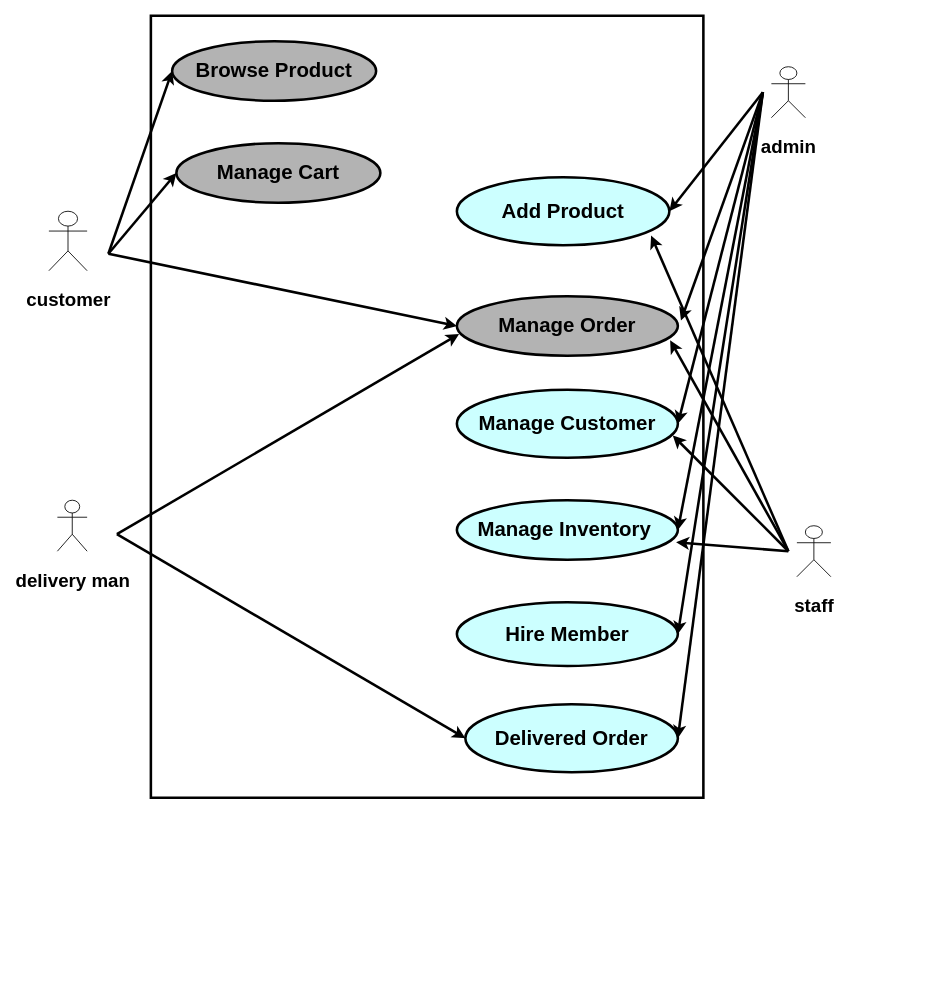
prashanta1542/default keeps this draw.io diagram as use case diagram update 05.drawio. Above is the earlier version. Source tidied: cells renumbered, new cells numbered last; positions are measured from the earlier drawing's top-left corner, leaving out a move shared by most shapes. Both pictures are drawn from the tidied source at 85%, with x=0, y=0 at pixel (48, 15).
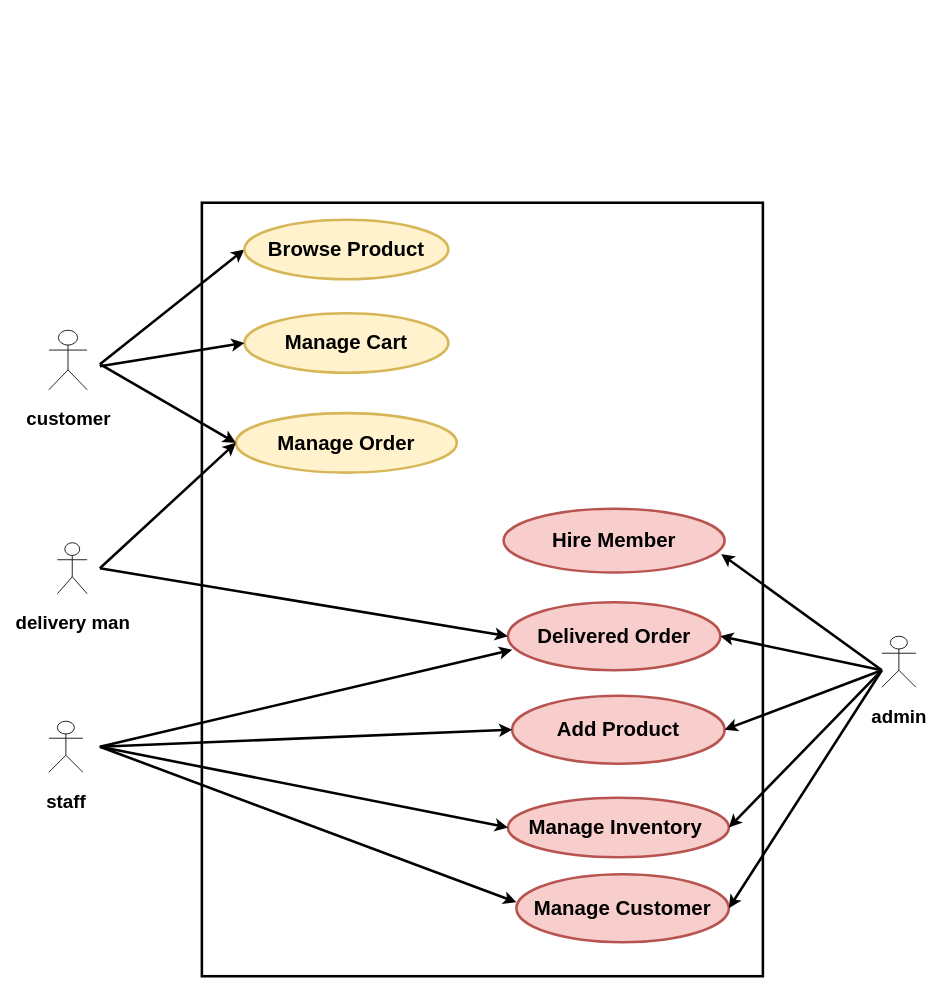
After the change.

What changed in the source:
```diff
@@
-    <mxCell id="2" style="rounded=0;jettySize=auto;html=1;entryX=0;entryY=0.5;entryDx=0;entryDy=0;strokeWidth=3;" parent="1" edge="1" target="4">
-      <mxGeometry relative="1" as="geometry">
-        <mxPoint x="70" y="280" as="sourcePoint" />
-      </mxGeometry>
-    </mxCell>
+    <mxCell id="30" style="rounded=0;jettySize=auto;html=1;entryX=0;entryY=0.5;entryDx=0;entryDy=0;strokeWidth=3;" parent="1" edge="1" target="4">
+      <mxGeometry relative="1" as="geometry">
+        <mxPoint x="60" y="410" as="sourcePoint" />
+      </mxGeometry>
+    </mxCell>
     <mxCell id="3" value="&lt;h2&gt;&lt;font style=&quot;font-size: 22px;&quot;&gt;customer&lt;/font&gt;&lt;/h2&gt;" style="shape=umlActor;verticalLabelPosition=bottom;verticalAlign=top;html=1;" parent="1" vertex="1">
-      <mxGeometry y="230" width="45" height="70" as="geometry" />
+      <mxGeometry y="370" width="45" height="70" as="geometry" />
     </mxCell>
-    <mxCell id="4" value="&lt;h1&gt;Browse Product&lt;/h1&gt;" style="ellipse;whiteSpace=wrap;html=1;strokeWidth=3;fillColor=#B3B3B3;" parent="1" vertex="1">
-      <mxGeometry x="145" y="30" width="240" height="70" as="geometry" />
+    <mxCell id="4" value="&lt;h1&gt;Browse Product&lt;/h1&gt;" style="ellipse;whiteSpace=wrap;html=1;strokeWidth=3;fillColor=#fff2cc;strokeColor=#d6b656;" parent="1" vertex="1">
+      <mxGeometry x="230" y="240" width="240" height="70" as="geometry" />
     </mxCell>
-    <mxCell id="5" value="&lt;h1&gt;Manage Order&lt;/h1&gt;" style="ellipse;whiteSpace=wrap;html=1;strokeWidth=3;fillColor=#B3B3B3;" parent="1" vertex="1">
-      <mxGeometry x="480" y="330" width="260" height="70" as="geometry" />
+    <mxCell id="5" value="&lt;h1&gt;Manage Order&lt;/h1&gt;" style="ellipse;whiteSpace=wrap;html=1;strokeWidth=3;fillColor=#fff2cc;strokeColor=#d6b656;" parent="1" vertex="1">
+      <mxGeometry x="220" y="467.5" width="260" height="70" as="geometry" />
     </mxCell>
-    <mxCell id="6" value="&lt;h1&gt;Manage Cart&lt;/h1&gt;" style="ellipse;whiteSpace=wrap;html=1;strokeWidth=3;fillColor=#B3B3B3;" parent="1" vertex="1">
-      <mxGeometry x="150" y="150" width="240" height="70" as="geometry" />
+    <mxCell id="6" value="&lt;h1&gt;Manage Cart&lt;/h1&gt;" style="ellipse;whiteSpace=wrap;html=1;strokeWidth=3;fillColor=#fff2cc;strokeColor=#d6b656;" parent="1" vertex="1">
+      <mxGeometry x="230" y="350" width="240" height="70" as="geometry" />
     </mxCell>
-    <mxCell id="7" value="&lt;h1&gt;Add Product&lt;/h1&gt;" style="ellipse;whiteSpace=wrap;html=1;strokeWidth=3;fillColor=#CCFFFF;" parent="1" vertex="1">
-      <mxGeometry x="480" y="190" width="250" height="80" as="geometry" />
+    <mxCell id="7" value="&lt;h1&gt;Add Product&lt;/h1&gt;" style="ellipse;whiteSpace=wrap;html=1;strokeWidth=3;fillColor=#f8cecc;perimeterSpacing=0;strokeColor=#b85450;" parent="1" vertex="1">
+      <mxGeometry x="545" y="800" width="250" height="80" as="geometry" />
     </mxCell>
-    <mxCell id="8" value="&lt;h1&gt;Manage Customer&lt;/h1&gt;" style="ellipse;whiteSpace=wrap;html=1;strokeWidth=3;fillColor=#CCFFFF;" parent="1" vertex="1">
-      <mxGeometry x="480" y="440" width="260" height="80" as="geometry" />
+    <mxCell id="8" value="&lt;h1&gt;Manage Customer&lt;/h1&gt;" style="ellipse;whiteSpace=wrap;html=1;strokeWidth=3;fillColor=#f8cecc;perimeterSpacing=0;strokeColor=#b85450;" parent="1" vertex="1">
+      <mxGeometry x="550" y="1010" width="250" height="80" as="geometry" />
     </mxCell>
-    <mxCell id="9" value="&lt;h1&gt;Manage Inventory&amp;nbsp;&lt;/h1&gt;" style="ellipse;whiteSpace=wrap;html=1;strokeWidth=3;fillColor=#CCFFFF;" parent="1" vertex="1">
-      <mxGeometry x="480" y="570" width="260" height="70" as="geometry" />
+    <mxCell id="9" value="&lt;h1&gt;Manage Inventory&amp;nbsp;&lt;/h1&gt;" style="ellipse;whiteSpace=wrap;html=1;strokeWidth=3;fillColor=#f8cecc;perimeterSpacing=0;strokeColor=#b85450;" parent="1" vertex="1">
+      <mxGeometry x="540" y="920" width="260" height="70" as="geometry" />
     </mxCell>
-    <mxCell id="10" value="&lt;h1&gt;Hire Member&lt;/h1&gt;" style="ellipse;whiteSpace=wrap;html=1;strokeWidth=3;fillColor=#CCFFFF;" parent="1" vertex="1">
-      <mxGeometry x="480" y="690" width="260" height="75" as="geometry" />
+    <mxCell id="10" value="&lt;h1&gt;Hire Member&lt;/h1&gt;" style="ellipse;whiteSpace=wrap;html=1;strokeWidth=3;fillColor=#f8cecc;perimeterSpacing=0;strokeColor=#b85450;" parent="1" vertex="1">
+      <mxGeometry x="535" y="580" width="260" height="75" as="geometry" />
     </mxCell>
-    <mxCell id="11" value="&lt;h1&gt;Delivered Order&lt;/h1&gt;" style="ellipse;whiteSpace=wrap;html=1;strokeWidth=3;fillColor=#CCFFFF;" parent="1" vertex="1">
-      <mxGeometry x="490" y="810" width="250" height="80" as="geometry" />
+    <mxCell id="11" value="&lt;h1&gt;Delivered Order&lt;/h1&gt;" style="ellipse;whiteSpace=wrap;html=1;strokeWidth=3;fillColor=#f8cecc;perimeterSpacing=0;strokeColor=#b85450;" parent="1" vertex="1">
+      <mxGeometry x="540" y="690" width="250" height="80" as="geometry" />
     </mxCell>
-    <mxCell id="12" style="rounded=0;jettySize=auto;html=1;entryX=0.01;entryY=0.637;entryDx=0;entryDy=0;entryPerimeter=0;strokeWidth=3;" parent="1" edge="1" target="5">
-      <mxGeometry relative="1" as="geometry">
-        <mxPoint x="80" y="610" as="sourcePoint" />
-      </mxGeometry>
-    </mxCell>
+    <mxCell id="31" style="rounded=0;jettySize=auto;html=1;entryX=0;entryY=0.5;entryDx=0;entryDy=0;strokeWidth=3;" parent="1" edge="1" target="5">
+      <mxGeometry relative="1" as="geometry">
+        <mxPoint x="60" y="650" as="sourcePoint" />
+      </mxGeometry>
+    </mxCell>
     <mxCell id="13" value="&lt;h2&gt;&lt;font style=&quot;font-size: 22px;&quot;&gt;delivery man&lt;/font&gt;&lt;/h2&gt;" style="shape=umlActor;verticalLabelPosition=bottom;verticalAlign=top;html=1;" parent="1" vertex="1">
-      <mxGeometry x="10" y="570" width="35" height="60" as="geometry" />
+      <mxGeometry x="10" y="620" width="35" height="60" as="geometry" />
     </mxCell>
-    <mxCell id="14" style="rounded=0;jettySize=auto;html=1;entryX=1;entryY=0.5;entryDx=0;entryDy=0;strokeWidth=3;" parent="1" edge="1" target="7">
-      <mxGeometry relative="1" as="geometry">
-        <mxPoint x="840" y="90" as="sourcePoint" />
-      </mxGeometry>
-    </mxCell>
+    <mxCell id="32" style="rounded=0;jettySize=auto;html=1;entryX=0.985;entryY=0.713;entryDx=0;entryDy=0;entryPerimeter=0;strokeWidth=3;" parent="1" edge="1" target="10">
+      <mxGeometry relative="1" as="geometry">
+        <mxPoint x="980" y="770" as="sourcePoint" />
+      </mxGeometry>
+    </mxCell>
     <mxCell id="15" value="&lt;h2&gt;&lt;font style=&quot;font-size: 22px;&quot;&gt;admin&lt;/font&gt;&lt;/h2&gt;" style="shape=umlActor;verticalLabelPosition=bottom;verticalAlign=top;html=1;" parent="1" vertex="1">
-      <mxGeometry x="850" y="60" width="40" height="60" as="geometry" />
+      <mxGeometry x="980" y="730" width="40" height="60" as="geometry" />
     </mxCell>
+    <mxCell id="33" style="rounded=0;jettySize=auto;html=1;entryX=0.02;entryY=0.7;entryDx=0;entryDy=0;entryPerimeter=0;strokeWidth=3;" parent="1" edge="1" target="11">
+      <mxGeometry relative="1" as="geometry">
+        <mxPoint x="60" y="860" as="sourcePoint" />
+      </mxGeometry>
+    </mxCell>
     <mxCell id="16" value="&lt;h2&gt;&lt;span style=&quot;font-size: 22px;&quot;&gt;staff&lt;/span&gt;&lt;/h2&gt;" style="shape=umlActor;verticalLabelPosition=bottom;verticalAlign=top;html=1;" parent="1" vertex="1">
-      <mxGeometry x="880" y="600" width="40" height="60" as="geometry" />
+      <mxGeometry y="830" width="40" height="60" as="geometry" />
     </mxCell>
-    <mxCell id="17" style="rounded=0;jettySize=auto;html=1;entryX=0;entryY=0.5;entryDx=0;entryDy=0;strokeWidth=3;" parent="1" edge="1" target="6">
-      <mxGeometry relative="1" as="geometry">
-        <mxPoint x="70" y="280" as="sourcePoint" />
-      </mxGeometry>
-    </mxCell>
-    <mxCell id="18" style="rounded=0;jettySize=auto;html=1;entryX=0;entryY=0.5;entryDx=0;entryDy=0;strokeWidth=3;" parent="1" edge="1" target="5">
-      <mxGeometry relative="1" as="geometry">
-        <mxPoint x="70" y="280" as="sourcePoint" />
-      </mxGeometry>
-    </mxCell>
-    <mxCell id="19" style="rounded=0;jettySize=auto;html=1;entryX=0;entryY=0.5;entryDx=0;entryDy=0;strokeWidth=3;" parent="1" edge="1" target="11">
-      <mxGeometry relative="1" as="geometry">
-        <mxPoint x="80" y="610" as="sourcePoint" />
-      </mxGeometry>
-    </mxCell>
-    <mxCell id="20" style="rounded=0;jettySize=auto;html=1;entryX=1.014;entryY=0.409;entryDx=0;entryDy=0;strokeWidth=3;entryPerimeter=0;" parent="1" edge="1" target="5">
-      <mxGeometry relative="1" as="geometry">
-        <mxPoint x="840" y="90" as="sourcePoint" />
-      </mxGeometry>
-    </mxCell>
-    <mxCell id="21" style="rounded=0;jettySize=auto;html=1;entryX=1;entryY=0.5;entryDx=0;entryDy=0;strokeWidth=3;" parent="1" edge="1" target="8">
-      <mxGeometry relative="1" as="geometry">
-        <mxPoint x="840" y="90" as="sourcePoint" />
-      </mxGeometry>
-    </mxCell>
-    <mxCell id="22" style="rounded=0;jettySize=auto;html=1;entryX=1;entryY=0.5;entryDx=0;entryDy=0;strokeWidth=3;" parent="1" edge="1" target="9">
-      <mxGeometry relative="1" as="geometry">
-        <mxPoint x="840" y="90" as="sourcePoint" />
-      </mxGeometry>
-    </mxCell>
-    <mxCell id="23" style="rounded=0;jettySize=auto;html=1;entryX=1;entryY=0.5;entryDx=0;entryDy=0;strokeWidth=3;" parent="1" edge="1" target="10">
-      <mxGeometry relative="1" as="geometry">
-        <mxPoint x="840" y="90" as="sourcePoint" />
-      </mxGeometry>
-    </mxCell>
-    <mxCell id="24" style="rounded=0;jettySize=auto;html=1;entryX=1;entryY=0.5;entryDx=0;entryDy=0;strokeWidth=3;" parent="1" edge="1" target="11">
-      <mxGeometry relative="1" as="geometry">
-        <mxPoint x="840" y="90" as="sourcePoint" />
-      </mxGeometry>
-    </mxCell>
-    <mxCell id="25" style="rounded=0;jettySize=auto;html=1;entryX=0.914;entryY=0.858;entryDx=0;entryDy=0;strokeWidth=3;entryPerimeter=0;" parent="1" edge="1" target="7">
-      <mxGeometry relative="1" as="geometry">
-        <mxPoint x="870" y="630" as="sourcePoint" />
-      </mxGeometry>
-    </mxCell>
-    <mxCell id="26" style="rounded=0;jettySize=auto;html=1;entryX=0.965;entryY=0.74;entryDx=0;entryDy=0;strokeWidth=3;entryPerimeter=0;" parent="1" edge="1" target="5">
-      <mxGeometry relative="1" as="geometry">
-        <mxPoint x="870" y="630" as="sourcePoint" />
-      </mxGeometry>
-    </mxCell>
-    <mxCell id="27" style="rounded=0;jettySize=auto;html=1;entryX=0.977;entryY=0.672;entryDx=0;entryDy=0;strokeWidth=3;entryPerimeter=0;" parent="1" edge="1" target="8">
-      <mxGeometry relative="1" as="geometry">
-        <mxPoint x="870" y="630" as="sourcePoint" />
-      </mxGeometry>
-    </mxCell>
-    <mxCell id="28" style="rounded=0;jettySize=auto;html=1;entryX=0.992;entryY=0.706;entryDx=0;entryDy=0;strokeWidth=3;entryPerimeter=0;" parent="1" edge="1" target="9">
-      <mxGeometry relative="1" as="geometry">
-        <mxPoint x="870" y="630" as="sourcePoint" />
-      </mxGeometry>
-    </mxCell>
-    <mxCell id="29" style="verticalLabelPosition=bottom;verticalAlign=top;html=1;shape=mxgraph.basic.rect;fillColor2=none;strokeWidth=3;size=20;indent=5;fillColor=none;" parent="1" vertex="1">
-      <mxGeometry x="120" width="650" height="920" as="geometry" />
-    </mxCell>
+    <mxCell id="34" style="rounded=0;jettySize=auto;html=1;entryX=0;entryY=0.5;entryDx=0;entryDy=0;strokeWidth=3;" parent="1" edge="1" target="6">
+      <mxGeometry relative="1" as="geometry">
+        <mxPoint x="60" y="412.5" as="sourcePoint" />
+      </mxGeometry>
+    </mxCell>
+    <mxCell id="35" style="rounded=0;jettySize=auto;html=1;entryX=0;entryY=0.5;entryDx=0;entryDy=0;strokeWidth=3;" parent="1" edge="1" target="5">
+      <mxGeometry relative="1" as="geometry">
+        <mxPoint x="60" y="410" as="sourcePoint" />
+      </mxGeometry>
+    </mxCell>
+    <mxCell id="36" style="rounded=0;jettySize=auto;html=1;entryX=0;entryY=0.5;entryDx=0;entryDy=0;strokeWidth=3;" parent="1" edge="1" target="11">
+      <mxGeometry relative="1" as="geometry">
+        <mxPoint x="60" y="650" as="sourcePoint" />
+      </mxGeometry>
+    </mxCell>
+    <mxCell id="37" style="rounded=0;jettySize=auto;html=1;entryX=0;entryY=0.5;entryDx=0;entryDy=0;strokeWidth=3;" parent="1" edge="1" target="7">
+      <mxGeometry relative="1" as="geometry">
+        <mxPoint x="60" y="860" as="sourcePoint" />
+      </mxGeometry>
+    </mxCell>
+    <mxCell id="38" style="rounded=0;jettySize=auto;html=1;entryX=0;entryY=0.5;entryDx=0;entryDy=0;strokeWidth=3;" parent="1" edge="1" target="9">
+      <mxGeometry relative="1" as="geometry">
+        <mxPoint x="60" y="860" as="sourcePoint" />
+      </mxGeometry>
+    </mxCell>
+    <mxCell id="39" style="rounded=0;jettySize=auto;html=1;entryX=0;entryY=0.413;entryDx=0;entryDy=0;strokeWidth=3;entryPerimeter=0;" parent="1" edge="1" target="8">
+      <mxGeometry relative="1" as="geometry">
+        <mxPoint x="60" y="860" as="sourcePoint" />
+      </mxGeometry>
+    </mxCell>
+    <mxCell id="40" style="rounded=0;jettySize=auto;html=1;entryX=1;entryY=0.5;entryDx=0;entryDy=0;strokeWidth=3;" parent="1" edge="1" target="11">
+      <mxGeometry relative="1" as="geometry">
+        <mxPoint x="980" y="770" as="sourcePoint" />
+      </mxGeometry>
+    </mxCell>
+    <mxCell id="41" style="rounded=0;jettySize=auto;html=1;entryX=1;entryY=0.5;entryDx=0;entryDy=0;strokeWidth=3;" parent="1" edge="1" target="7">
+      <mxGeometry relative="1" as="geometry">
+        <mxPoint x="980" y="770" as="sourcePoint" />
+      </mxGeometry>
+    </mxCell>
+    <mxCell id="42" style="rounded=0;jettySize=auto;html=1;entryX=1;entryY=0.5;entryDx=0;entryDy=0;strokeWidth=3;" parent="1" edge="1" target="9">
+      <mxGeometry relative="1" as="geometry">
+        <mxPoint x="980" y="770" as="sourcePoint" />
+      </mxGeometry>
+    </mxCell>
+    <mxCell id="43" style="rounded=0;jettySize=auto;html=1;entryX=1;entryY=0.5;entryDx=0;entryDy=0;strokeWidth=3;" parent="1" edge="1" target="8">
+      <mxGeometry relative="1" as="geometry">
+        <mxPoint x="980" y="770" as="sourcePoint" />
+      </mxGeometry>
+    </mxCell>
+    <mxCell id="44" style="whiteSpace=wrap;html=1;fillColor=none;strokeWidth=3;" parent="1" vertex="1">
+      <mxGeometry x="180" y="220" width="660" height="910" as="geometry" />
+    </mxCell>
```
